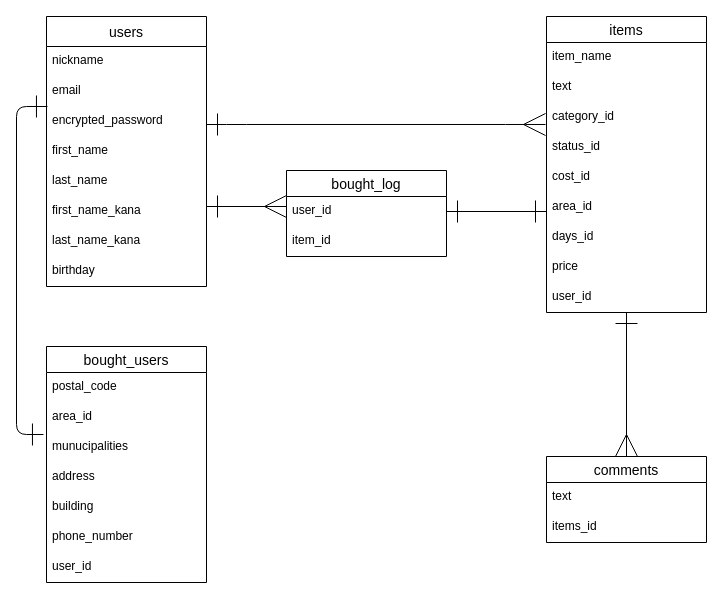
Earlier version of the draw.io diagram furima_er.dio (yohei-ota/furima-36556). Source tidied: cells renumbered, new cells numbered last; positions are measured from the earlier drawing's top-left corner, leaving out a move shared by most shapes. Both pictures are drawn from the tidied source at 100%, with x=0, y=0 at pixel (16, 16).
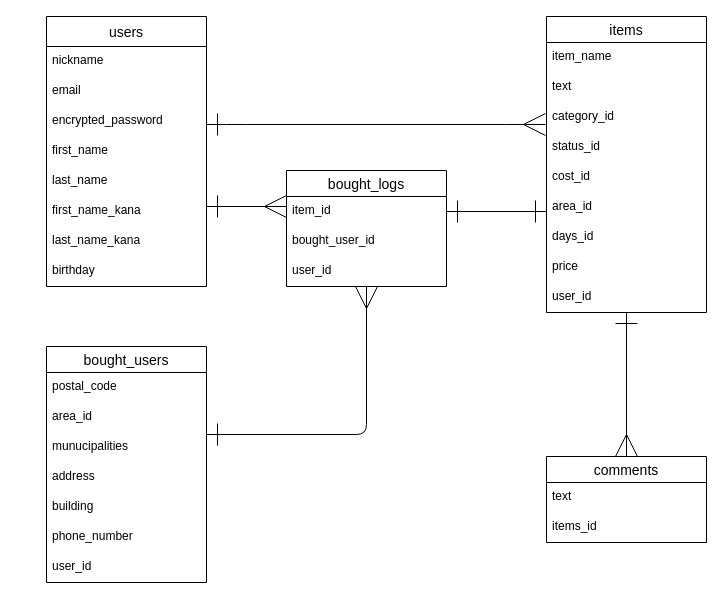
The same diagram, later.

Commit message (it also covers changes not shown here):
ER図の修正とアソシエーション、カラムの修正

Unchanged cells that the change refers to:
```xml
<mxCell id="4" value="email" style="text;strokeColor=none;fillColor=none;spacingLeft=4;spacingRight=4;overflow=hidden;points=[[0,0.5],[1,0.5]];portConstraint=eastwest;fontSize=12;" parent="2" vertex="1">
  <mxGeometry y="60" width="160" height="30" as="geometry" />
</mxCell>
<mxCell id="24" value="munucipalities" style="text;strokeColor=none;fillColor=none;spacingLeft=4;spacingRight=4;overflow=hidden;points=[[0,0.5],[1,0.5]];portConstraint=eastwest;fontSize=12;" parent="21" vertex="1">
  <mxGeometry y="86" width="160" height="30" as="geometry" />
</mxCell>
```

The edit, as a diff of the source:
```diff
@@
-    <mxCell id="29" style="fontSize=12;html=1;endArrow=ERone;startArrow=ERone;exitX=0.006;exitY=1;exitDx=0;exitDy=0;exitPerimeter=0;edgeStyle=orthogonalEdgeStyle;endFill=0;startFill=0;entryX=-0.019;entryY=0.067;entryDx=0;entryDy=0;entryPerimeter=0;endSize=20;startSize=20;" parent="1" edge="1" source="4" target="24">
+    <mxCell id="29" style="fontSize=12;html=1;endArrow=ERone;startArrow=ERmany;edgeStyle=orthogonalEdgeStyle;endFill=0;startFill=0;endSize=20;startSize=20;" parent="1" edge="1" source="40">
       <mxGeometry relative="1" as="geometry">
+        <mxPoint x="190" y="418" as="targetPoint" />
         <Array as="points">
-          <mxPoint y="90" />
-          <mxPoint y="418" />
+          <mxPoint x="350" y="418" />
         </Array>
       </mxGeometry>
     </mxCell>
@@
-    <mxCell id="35" value="bought_log" style="swimlane;fontStyle=0;horizontal=1;startSize=26;align=center;fontSize=14;" parent="1" vertex="1">
-      <mxGeometry x="270" y="154" width="160" height="86" as="geometry" />
+    <mxCell id="35" value="bought_logs" style="swimlane;fontStyle=0;horizontal=1;startSize=26;align=center;fontSize=14;" parent="1" vertex="1">
+      <mxGeometry x="270" y="154" width="160" height="116" as="geometry" />
     </mxCell>
-    <mxCell id="36" value="user_id" style="text;strokeColor=none;fillColor=none;spacingLeft=4;spacingRight=4;overflow=hidden;points=[[0,0.5],[1,0.5]];portConstraint=eastwest;fontSize=12;" parent="35" vertex="1">
+    <mxCell id="36" value="item_id" style="text;strokeColor=none;fillColor=none;spacingLeft=4;spacingRight=4;overflow=hidden;points=[[0,0.5],[1,0.5]];portConstraint=eastwest;fontSize=12;" parent="35" vertex="1">
       <mxGeometry y="26" width="160" height="30" as="geometry" />
     </mxCell>
-    <mxCell id="37" value="item_id" style="text;strokeColor=none;fillColor=none;spacingLeft=4;spacingRight=4;overflow=hidden;fontSize=12;" parent="35" vertex="1">
+    <mxCell id="37" value="bought_user_id" style="text;strokeColor=none;fillColor=none;spacingLeft=4;spacingRight=4;overflow=hidden;fontSize=12;" parent="35" vertex="1">
       <mxGeometry y="56" width="160" height="30" as="geometry" />
     </mxCell>
+    <mxCell id="40" value="user_id" style="text;strokeColor=none;fillColor=none;spacingLeft=4;spacingRight=4;overflow=hidden;points=[[0,0.5],[1,0.5]];portConstraint=eastwest;fontSize=12;" parent="35" vertex="1">
+      <mxGeometry y="86" width="160" height="30" as="geometry" />
+    </mxCell>
```
